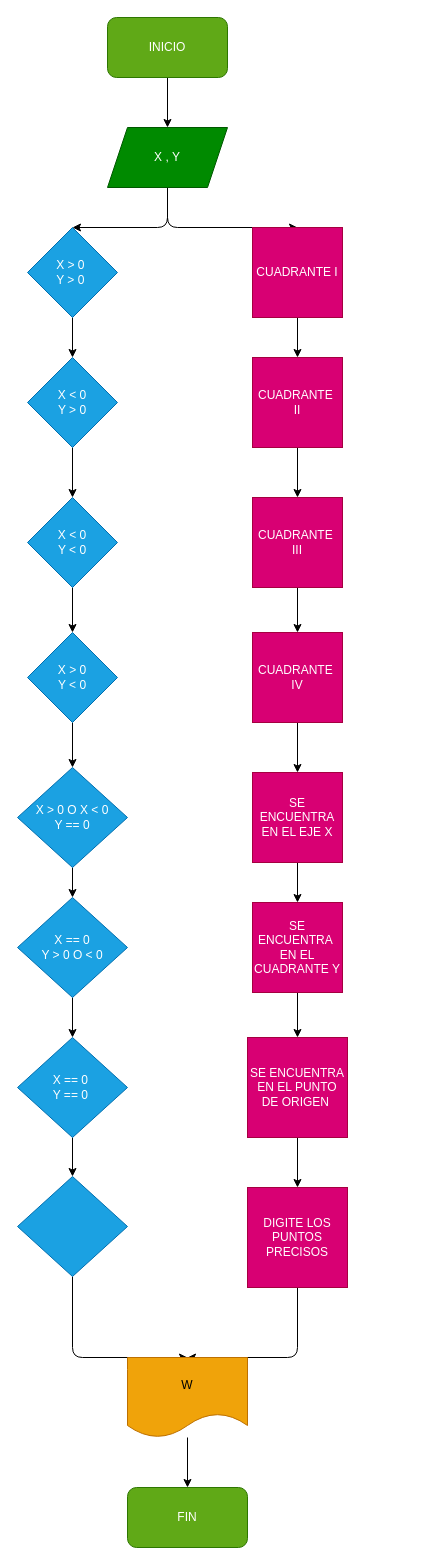
JAIROACARDOZO15/plano_cartesiano keeps this draw.io diagram as diagrama.drawio. Above is the earlier version. Source tidied: cells renumbered, new cells numbered last; positions are measured from the earlier drawing's top-left corner, leaving out a move shared by most shapes. Both pictures are drawn from the tidied source at 100%, with x=0, y=0 at pixel (17, 17).
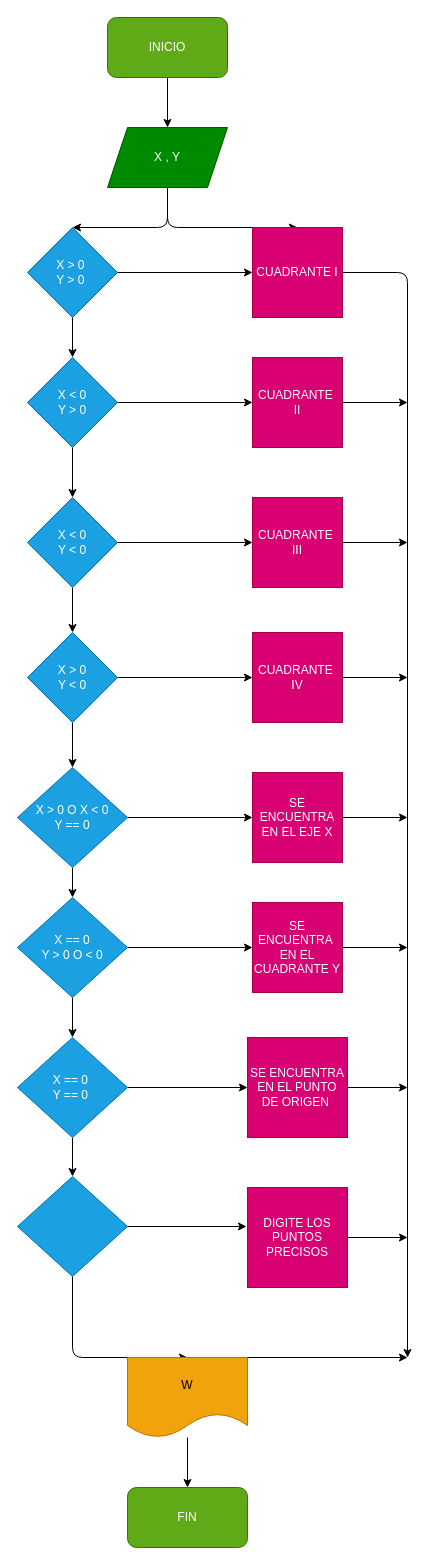
After the change.

Commit message (it also covers changes not shown here):
correccion de diagrama

The change refers to these unchanged cells:
```xml
<mxCell id="8" value="X &amp;gt; 0&amp;nbsp;&lt;br&gt;Y &amp;gt; 0&amp;nbsp;" style="rhombus;whiteSpace=wrap;html=1;fillColor=#1ba1e2;fontColor=#ffffff;strokeColor=#006EAF;" parent="1" vertex="1">
  <mxGeometry x="10" y="210" width="90" height="90" as="geometry" />
</mxCell>
<mxCell id="10" value="CUADRANTE I" style="whiteSpace=wrap;html=1;fillColor=#d80073;fontColor=#ffffff;strokeColor=#A50040;" parent="1" vertex="1">
  <mxGeometry x="235" y="210" width="90" height="90" as="geometry" />
</mxCell>
<mxCell id="12" value="X &amp;gt; 0 O X &amp;lt; 0&lt;br&gt;Y == 0" style="rhombus;whiteSpace=wrap;html=1;fillColor=#1ba1e2;fontColor=#ffffff;strokeColor=#006EAF;" parent="1" vertex="1">
  <mxGeometry y="750" width="110" height="100" as="geometry" />
</mxCell>
<mxCell id="14" value="CUADRANTE&amp;nbsp;&lt;br&gt;IV" style="whiteSpace=wrap;html=1;fillColor=#d80073;fontColor=#ffffff;strokeColor=#A50040;" parent="1" vertex="1">
  <mxGeometry x="235" y="615" width="90" height="90" as="geometry" />
</mxCell>
<mxCell id="16" value="X &amp;lt; 0&lt;br&gt;Y &amp;lt; 0" style="rhombus;whiteSpace=wrap;html=1;fillColor=#1ba1e2;fontColor=#ffffff;strokeColor=#006EAF;" parent="1" vertex="1">
  <mxGeometry x="10" y="480" width="90" height="90" as="geometry" />
</mxCell>
<mxCell id="18" value="CUADRANTE&amp;nbsp;&lt;br&gt;III" style="whiteSpace=wrap;html=1;fillColor=#d80073;fontColor=#ffffff;strokeColor=#A50040;" parent="1" vertex="1">
  <mxGeometry x="235" y="480" width="90" height="90" as="geometry" />
</mxCell>
<mxCell id="20" value="X &amp;lt; 0&lt;br&gt;Y &amp;gt; 0" style="rhombus;whiteSpace=wrap;html=1;fillColor=#1ba1e2;fontColor=#ffffff;strokeColor=#006EAF;" parent="1" vertex="1">
  <mxGeometry x="10" y="340" width="90" height="90" as="geometry" />
</mxCell>
<mxCell id="22" value="CUADRANTE&amp;nbsp;&lt;br&gt;II" style="whiteSpace=wrap;html=1;fillColor=#d80073;fontColor=#ffffff;strokeColor=#A50040;" parent="1" vertex="1">
  <mxGeometry x="235" y="340" width="90" height="90" as="geometry" />
</mxCell>
<mxCell id="24" value="X == 0&lt;br&gt;Y &amp;gt; 0 O &amp;lt; 0" style="rhombus;whiteSpace=wrap;html=1;fillColor=#1ba1e2;fontColor=#ffffff;strokeColor=#006EAF;" parent="1" vertex="1">
  <mxGeometry y="880" width="110" height="100" as="geometry" />
</mxCell>
<mxCell id="26" value="SE ENCUENTRA EN EL EJE X" style="whiteSpace=wrap;html=1;fillColor=#d80073;fontColor=#ffffff;strokeColor=#A50040;" parent="1" vertex="1">
  <mxGeometry x="235" y="755" width="90" height="90" as="geometry" />
</mxCell>
<mxCell id="28" value="X == 0&amp;nbsp;&lt;br&gt;Y == 0&amp;nbsp;" style="rhombus;whiteSpace=wrap;html=1;fillColor=#1ba1e2;fontColor=#ffffff;strokeColor=#006EAF;" parent="1" vertex="1">
  <mxGeometry y="1020" width="110" height="100" as="geometry" />
</mxCell>
<mxCell id="30" value="SE ENCUENTRA&amp;nbsp; EN EL CUADRANTE Y" style="whiteSpace=wrap;html=1;fillColor=#d80073;fontColor=#ffffff;strokeColor=#A50040;" parent="1" vertex="1">
  <mxGeometry x="235" y="885" width="90" height="90" as="geometry" />
</mxCell>
<mxCell id="32" style="rhombus;whiteSpace=wrap;html=1;fillColor=#1ba1e2;fontColor=#ffffff;strokeColor=#006EAF;" parent="1" vertex="1">
  <mxGeometry y="1159" width="110" height="100" as="geometry" />
</mxCell>
<mxCell id="34" value="SE ENCUENTRA EN EL PUNTO DE ORIGEN&amp;nbsp;" style="whiteSpace=wrap;html=1;fillColor=#d80073;fontColor=#ffffff;strokeColor=#A50040;" parent="1" vertex="1">
  <mxGeometry x="230" y="1020" width="100" height="100" as="geometry" />
</mxCell>
<mxCell id="36" value="X &amp;gt; 0&lt;br&gt;Y &amp;lt; 0" style="rhombus;whiteSpace=wrap;html=1;fillColor=#1ba1e2;fontColor=#ffffff;strokeColor=#006EAF;" parent="1" vertex="1">
  <mxGeometry x="10" y="615" width="90" height="90" as="geometry" />
</mxCell>
<mxCell id="38" value="DIGITE LOS PUNTOS PRECISOS" style="whiteSpace=wrap;html=1;fillColor=#d80073;fontColor=#ffffff;strokeColor=#A50040;" parent="1" vertex="1">
  <mxGeometry x="230" y="1170" width="100" height="100" as="geometry" />
</mxCell>
<mxCell id="40" value="W" style="shape=document;whiteSpace=wrap;html=1;boundedLbl=1;fillColor=#f0a30a;fontColor=#000000;strokeColor=#BD7000;" parent="1" vertex="1">
  <mxGeometry x="110" y="1340" width="120" height="80" as="geometry" />
</mxCell>
```

Change to the diagram source:
```diff
@@
+    <mxCell id="42" style="edgeStyle=none;html=1;exitX=1;exitY=0.5;exitDx=0;exitDy=0;" parent="1" edge="1" source="8" target="10">
+      <mxGeometry relative="1" as="geometry" />
+    </mxCell>
@@
-    <mxCell id="9" style="edgeStyle=none;html=1;" parent="1" edge="1" source="10" target="22">
-      <mxGeometry relative="1" as="geometry" />
-    </mxCell>
+    <mxCell id="43" style="edgeStyle=none;html=1;exitX=1;exitY=0.5;exitDx=0;exitDy=0;" parent="1" edge="1" source="10">
+      <mxGeometry relative="1" as="geometry">
+        <mxPoint x="390" y="1340" as="targetPoint" />
+        <Array as="points">
+          <mxPoint x="390" y="255" />
+        </Array>
+      </mxGeometry>
+    </mxCell>
@@
+    <mxCell id="44" style="edgeStyle=none;html=1;exitX=1;exitY=0.5;exitDx=0;exitDy=0;entryX=0;entryY=0.5;entryDx=0;entryDy=0;" parent="1" edge="1" source="12" target="26">
+      <mxGeometry relative="1" as="geometry" />
+    </mxCell>
@@
-    <mxCell id="13" style="edgeStyle=none;html=1;" parent="1" edge="1" source="14" target="26">
-      <mxGeometry relative="1" as="geometry" />
-    </mxCell>
+    <mxCell id="45" style="edgeStyle=none;html=1;exitX=1;exitY=0.5;exitDx=0;exitDy=0;" parent="1" edge="1" source="14">
+      <mxGeometry relative="1" as="geometry">
+        <mxPoint x="390" y="660" as="targetPoint" />
+      </mxGeometry>
+    </mxCell>
@@
+    <mxCell id="46" style="edgeStyle=none;html=1;exitX=1;exitY=0.5;exitDx=0;exitDy=0;entryX=0;entryY=0.5;entryDx=0;entryDy=0;" parent="1" edge="1" source="16" target="18">
+      <mxGeometry relative="1" as="geometry" />
+    </mxCell>
@@
-    <mxCell id="17" style="edgeStyle=none;html=1;" parent="1" edge="1" source="18" target="14">
-      <mxGeometry relative="1" as="geometry" />
-    </mxCell>
+    <mxCell id="47" style="edgeStyle=none;html=1;exitX=1;exitY=0.5;exitDx=0;exitDy=0;" parent="1" edge="1" source="18">
+      <mxGeometry relative="1" as="geometry">
+        <mxPoint x="390" y="525" as="targetPoint" />
+      </mxGeometry>
+    </mxCell>
@@
+    <mxCell id="48" style="edgeStyle=none;html=1;exitX=1;exitY=0.5;exitDx=0;exitDy=0;entryX=0;entryY=0.5;entryDx=0;entryDy=0;" parent="1" edge="1" source="20" target="22">
+      <mxGeometry relative="1" as="geometry" />
+    </mxCell>
@@
-    <mxCell id="21" style="edgeStyle=none;html=1;" parent="1" edge="1" source="22" target="18">
-      <mxGeometry relative="1" as="geometry" />
-    </mxCell>
+    <mxCell id="49" style="edgeStyle=none;html=1;exitX=1;exitY=0.5;exitDx=0;exitDy=0;" parent="1" edge="1" source="22">
+      <mxGeometry relative="1" as="geometry">
+        <mxPoint x="390" y="385" as="targetPoint" />
+      </mxGeometry>
+    </mxCell>
@@
+    <mxCell id="50" style="edgeStyle=none;html=1;exitX=1;exitY=0.5;exitDx=0;exitDy=0;entryX=0;entryY=0.5;entryDx=0;entryDy=0;" parent="1" edge="1" source="24" target="30">
+      <mxGeometry relative="1" as="geometry" />
+    </mxCell>
@@
-    <mxCell id="25" style="edgeStyle=none;html=1;" parent="1" edge="1" source="26" target="30">
-      <mxGeometry relative="1" as="geometry" />
-    </mxCell>
+    <mxCell id="51" style="edgeStyle=none;html=1;exitX=1;exitY=0.5;exitDx=0;exitDy=0;" parent="1" edge="1" source="26">
+      <mxGeometry relative="1" as="geometry">
+        <mxPoint x="390" y="800" as="targetPoint" />
+      </mxGeometry>
+    </mxCell>
@@
+    <mxCell id="52" style="edgeStyle=none;html=1;exitX=1;exitY=0.5;exitDx=0;exitDy=0;entryX=0;entryY=0.5;entryDx=0;entryDy=0;" parent="1" edge="1" source="28" target="34">
+      <mxGeometry relative="1" as="geometry" />
+    </mxCell>
@@
-    <mxCell id="29" style="edgeStyle=none;html=1;" parent="1" edge="1" source="30" target="34">
-      <mxGeometry relative="1" as="geometry" />
-    </mxCell>
+    <mxCell id="53" style="edgeStyle=none;html=1;exitX=1;exitY=0.5;exitDx=0;exitDy=0;" parent="1" edge="1" source="30">
+      <mxGeometry relative="1" as="geometry">
+        <mxPoint x="390" y="930" as="targetPoint" />
+      </mxGeometry>
+    </mxCell>
@@
+    <mxCell id="54" style="edgeStyle=none;html=1;exitX=1;exitY=0.5;exitDx=0;exitDy=0;entryX=-0.01;entryY=0.39;entryDx=0;entryDy=0;entryPerimeter=0;" parent="1" edge="1" source="32" target="38">
+      <mxGeometry relative="1" as="geometry" />
+    </mxCell>
@@
-    <mxCell id="33" style="edgeStyle=none;html=1;" parent="1" edge="1" source="34" target="38">
-      <mxGeometry relative="1" as="geometry" />
-    </mxCell>
+    <mxCell id="55" style="edgeStyle=none;html=1;exitX=1;exitY=0.5;exitDx=0;exitDy=0;" parent="1" edge="1" source="34">
+      <mxGeometry relative="1" as="geometry">
+        <mxPoint x="390" y="1070" as="targetPoint" />
+      </mxGeometry>
+    </mxCell>
@@
+    <mxCell id="56" style="edgeStyle=none;html=1;exitX=1;exitY=0.5;exitDx=0;exitDy=0;entryX=0;entryY=0.5;entryDx=0;entryDy=0;" parent="1" edge="1" source="36" target="14">
+      <mxGeometry relative="1" as="geometry" />
+    </mxCell>
@@
-    <mxCell id="37" style="edgeStyle=none;html=1;exitX=0.5;exitY=1;exitDx=0;exitDy=0;entryX=0.5;entryY=0;entryDx=0;entryDy=0;" parent="1" edge="1" source="38" target="40">
-      <mxGeometry relative="1" as="geometry">
-        <Array as="points">
-          <mxPoint x="280" y="1340" />
-        </Array>
-      </mxGeometry>
-    </mxCell>
+    <mxCell id="57" style="edgeStyle=none;html=1;exitX=1;exitY=0.5;exitDx=0;exitDy=0;" parent="1" edge="1" source="38">
+      <mxGeometry relative="1" as="geometry">
+        <mxPoint x="390" y="1220" as="targetPoint" />
+      </mxGeometry>
+    </mxCell>
@@
+    <mxCell id="58" style="edgeStyle=none;html=1;exitX=0.75;exitY=0;exitDx=0;exitDy=0;" parent="1" edge="1" source="40">
+      <mxGeometry relative="1" as="geometry">
+        <mxPoint x="390" y="1340" as="targetPoint" />
+      </mxGeometry>
+    </mxCell>
```
